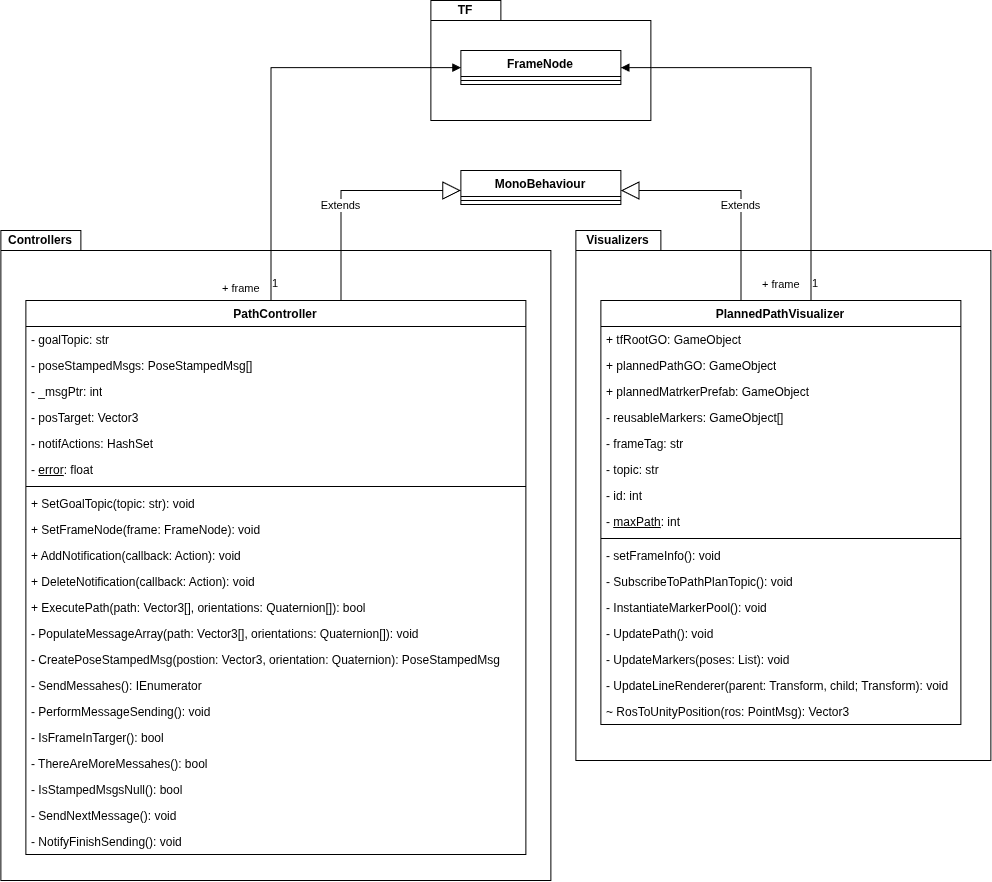
Above: doc/imagenes/diagramas/SpatialControl.png in GabiHV/TFM (draw.io), before the change. Source tidied: cells renumbered, new cells last; positions are measured from the earlier drawing's top-left corner, leaving out a move shared by most shapes.
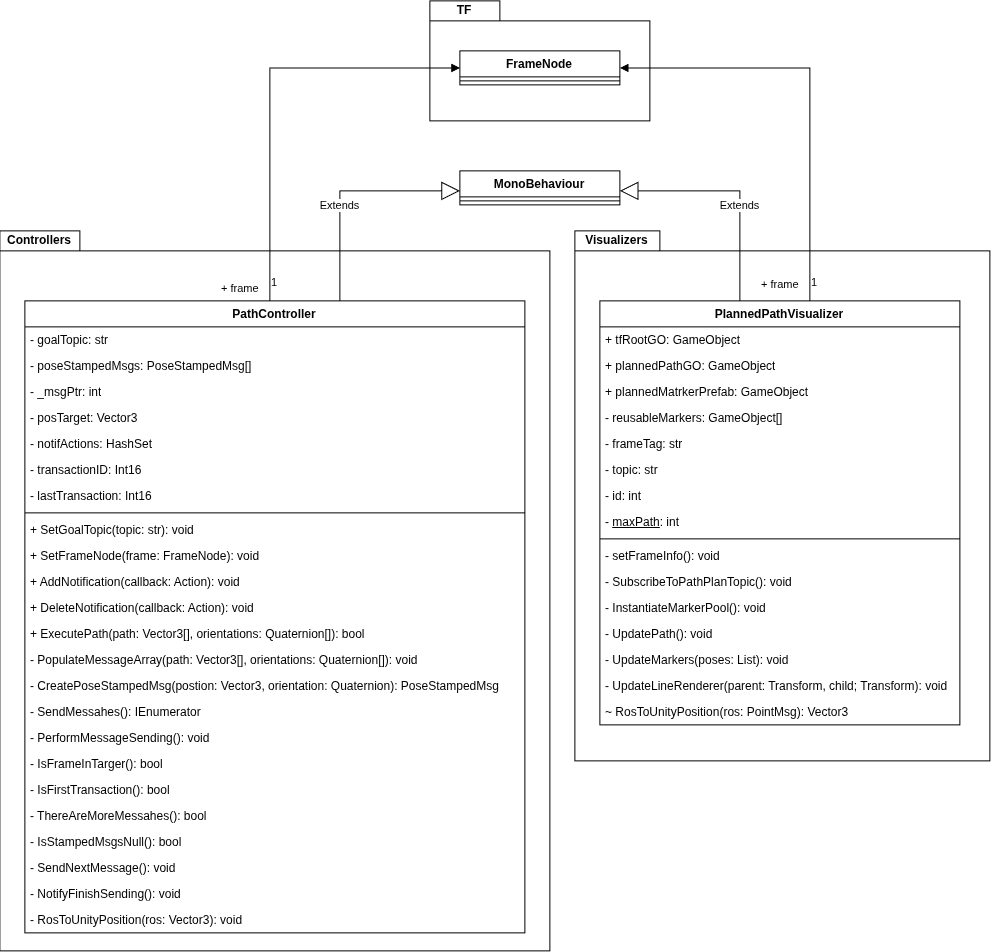
Later version of the same file.

Diff of the diagram source:
```diff
@@ -15,10 +15,10 @@
       <mxGeometry y="26" width="160" height="8" as="geometry" />
     </mxCell>
     <mxCell id="6" style="shape=folder;fontStyle=1;spacingTop=10;tabWidth=80;tabHeight=20;tabPosition=left;html=1;whiteSpace=wrap;" parent="1" vertex="1">
-      <mxGeometry y="230" width="550" height="650" as="geometry" />
+      <mxGeometry y="230" width="550" height="720" as="geometry" />
     </mxCell>
     <mxCell id="7" value="PathController" style="swimlane;fontStyle=1;align=center;verticalAlign=top;horizontal=1;startSize=26;whiteSpace=wrap;html=1;" parent="1" vertex="1">
-      <mxGeometry x="25" y="300" width="500" height="554" as="geometry" />
+      <mxGeometry x="25" y="300" width="500" height="632" as="geometry" />
     </mxCell>
     <mxCell id="8" value="- goalTopic: str" style="text;strokeColor=none;fillColor=none;align=left;verticalAlign=top;spacingLeft=4;spacingRight=4;overflow=hidden;whiteSpace=wrap;html=1;" parent="7" vertex="1">
       <mxGeometry y="26" width="500" height="26" as="geometry" />
@@ -35,54 +35,63 @@
     <mxCell id="12" value="- notifActions: HashSet" style="text;strokeColor=none;fillColor=none;align=left;verticalAlign=top;spacingLeft=4;spacingRight=4;overflow=hidden;whiteSpace=wrap;html=1;" parent="7" vertex="1">
       <mxGeometry y="130" width="500" height="26" as="geometry" />
     </mxCell>
-    <mxCell id="13" value="- &lt;u&gt;error&lt;/u&gt;: float" style="text;strokeColor=none;fillColor=none;align=left;verticalAlign=top;spacingLeft=4;spacingRight=4;overflow=hidden;whiteSpace=wrap;html=1;" parent="7" vertex="1">
+    <mxCell id="13" value="- transactionID: Int16" style="text;strokeColor=none;fillColor=none;align=left;verticalAlign=top;spacingLeft=4;spacingRight=4;overflow=hidden;whiteSpace=wrap;html=1;" parent="7" vertex="1">
       <mxGeometry y="156" width="500" height="26" as="geometry" />
     </mxCell>
+    <mxCell id="57" value="- lastTransaction: Int16" style="text;strokeColor=none;fillColor=none;align=left;verticalAlign=top;spacingLeft=4;spacingRight=4;overflow=hidden;whiteSpace=wrap;html=1;" parent="7" vertex="1">
+      <mxGeometry y="182" width="500" height="26" as="geometry" />
+    </mxCell>
     <mxCell id="14" style="line;strokeWidth=1;fillColor=none;align=left;verticalAlign=middle;spacingTop=-1;spacingLeft=3;spacingRight=3;labelPosition=right;strokeColor=inherit;" parent="7" vertex="1">
-      <mxGeometry y="182" width="500" height="8" as="geometry" />
+      <mxGeometry y="208" width="500" height="8" as="geometry" />
     </mxCell>
     <mxCell id="15" value="+ SetGoalTopic(topic: str): void" style="text;strokeColor=none;fillColor=none;align=left;verticalAlign=top;spacingLeft=4;spacingRight=4;overflow=hidden;whiteSpace=wrap;html=1;" parent="7" vertex="1">
-      <mxGeometry y="190" width="500" height="26" as="geometry" />
+      <mxGeometry y="216" width="500" height="26" as="geometry" />
     </mxCell>
     <mxCell id="16" value="+ SetFrameNode(frame: FrameNode): void" style="text;strokeColor=none;fillColor=none;align=left;verticalAlign=top;spacingLeft=4;spacingRight=4;overflow=hidden;whiteSpace=wrap;html=1;" parent="7" vertex="1">
-      <mxGeometry y="216" width="500" height="26" as="geometry" />
+      <mxGeometry y="242" width="500" height="26" as="geometry" />
     </mxCell>
     <mxCell id="17" value="+ AddNotification(callback: Action): void" style="text;strokeColor=none;fillColor=none;align=left;verticalAlign=top;spacingLeft=4;spacingRight=4;overflow=hidden;whiteSpace=wrap;html=1;" parent="7" vertex="1">
-      <mxGeometry y="242" width="500" height="26" as="geometry" />
+      <mxGeometry y="268" width="500" height="26" as="geometry" />
     </mxCell>
     <mxCell id="18" value="+ DeleteNotification(callback: Action): void" style="text;strokeColor=none;fillColor=none;align=left;verticalAlign=top;spacingLeft=4;spacingRight=4;overflow=hidden;whiteSpace=wrap;html=1;" parent="7" vertex="1">
-      <mxGeometry y="268" width="500" height="26" as="geometry" />
+      <mxGeometry y="294" width="500" height="26" as="geometry" />
     </mxCell>
     <mxCell id="19" value="+ ExecutePath(path: Vector3[], orientations: Quaternion[]): bool" style="text;strokeColor=none;fillColor=none;align=left;verticalAlign=top;spacingLeft=4;spacingRight=4;overflow=hidden;whiteSpace=wrap;html=1;" parent="7" vertex="1">
-      <mxGeometry y="294" width="500" height="26" as="geometry" />
+      <mxGeometry y="320" width="500" height="26" as="geometry" />
     </mxCell>
     <mxCell id="20" value="- PopulateMessageArray(path: Vector3[], orientations: Quaternion[]): void" style="text;strokeColor=none;fillColor=none;align=left;verticalAlign=top;spacingLeft=4;spacingRight=4;overflow=hidden;whiteSpace=wrap;html=1;" parent="7" vertex="1">
-      <mxGeometry y="320" width="500" height="26" as="geometry" />
+      <mxGeometry y="346" width="500" height="26" as="geometry" />
     </mxCell>
     <mxCell id="21" value="- CreatePoseStampedMsg(postion: Vector3, orientation: Quaternion): PoseStampedMsg" style="text;strokeColor=none;fillColor=none;align=left;verticalAlign=top;spacingLeft=4;spacingRight=4;overflow=hidden;whiteSpace=wrap;html=1;" parent="7" vertex="1">
-      <mxGeometry y="346" width="500" height="26" as="geometry" />
+      <mxGeometry y="372" width="500" height="26" as="geometry" />
     </mxCell>
     <mxCell id="22" value="- SendMessahes(): IEnumerator" style="text;strokeColor=none;fillColor=none;align=left;verticalAlign=top;spacingLeft=4;spacingRight=4;overflow=hidden;whiteSpace=wrap;html=1;" parent="7" vertex="1">
-      <mxGeometry y="372" width="500" height="26" as="geometry" />
+      <mxGeometry y="398" width="500" height="26" as="geometry" />
     </mxCell>
     <mxCell id="23" value="- PerformMessageSending(): void" style="text;strokeColor=none;fillColor=none;align=left;verticalAlign=top;spacingLeft=4;spacingRight=4;overflow=hidden;whiteSpace=wrap;html=1;" parent="7" vertex="1">
-      <mxGeometry y="398" width="500" height="26" as="geometry" />
+      <mxGeometry y="424" width="500" height="26" as="geometry" />
     </mxCell>
     <mxCell id="24" value="- IsFrameInTarger(): bool" style="text;strokeColor=none;fillColor=none;align=left;verticalAlign=top;spacingLeft=4;spacingRight=4;overflow=hidden;whiteSpace=wrap;html=1;" parent="7" vertex="1">
-      <mxGeometry y="424" width="500" height="26" as="geometry" />
+      <mxGeometry y="450" width="500" height="26" as="geometry" />
     </mxCell>
+    <mxCell id="58" value="- IsFirstTransaction(): bool" style="text;strokeColor=none;fillColor=none;align=left;verticalAlign=top;spacingLeft=4;spacingRight=4;overflow=hidden;whiteSpace=wrap;html=1;" parent="7" vertex="1">
+      <mxGeometry y="476" width="500" height="26" as="geometry" />
+    </mxCell>
     <mxCell id="25" value="- ThereAreMoreMessahes(): bool" style="text;strokeColor=none;fillColor=none;align=left;verticalAlign=top;spacingLeft=4;spacingRight=4;overflow=hidden;whiteSpace=wrap;html=1;" parent="7" vertex="1">
-      <mxGeometry y="450" width="500" height="26" as="geometry" />
+      <mxGeometry y="502" width="500" height="26" as="geometry" />
     </mxCell>
     <mxCell id="26" value="- IsStampedMsgsNull(): bool" style="text;strokeColor=none;fillColor=none;align=left;verticalAlign=top;spacingLeft=4;spacingRight=4;overflow=hidden;whiteSpace=wrap;html=1;" parent="7" vertex="1">
-      <mxGeometry y="476" width="500" height="26" as="geometry" />
+      <mxGeometry y="528" width="500" height="26" as="geometry" />
     </mxCell>
     <mxCell id="27" value="- SendNextMessage(): void" style="text;strokeColor=none;fillColor=none;align=left;verticalAlign=top;spacingLeft=4;spacingRight=4;overflow=hidden;whiteSpace=wrap;html=1;" parent="7" vertex="1">
-      <mxGeometry y="502" width="500" height="26" as="geometry" />
+      <mxGeometry y="554" width="500" height="26" as="geometry" />
     </mxCell>
     <mxCell id="28" value="- NotifyFinishSending(): void" style="text;strokeColor=none;fillColor=none;align=left;verticalAlign=top;spacingLeft=4;spacingRight=4;overflow=hidden;whiteSpace=wrap;html=1;" parent="7" vertex="1">
-      <mxGeometry y="528" width="500" height="26" as="geometry" />
+      <mxGeometry y="580" width="500" height="26" as="geometry" />
     </mxCell>
+    <mxCell id="59" value="- RosToUnityPosition(ros: Vector3): void" style="text;strokeColor=none;fillColor=none;align=left;verticalAlign=top;spacingLeft=4;spacingRight=4;overflow=hidden;whiteSpace=wrap;html=1;" parent="7" vertex="1">
+      <mxGeometry y="606" width="500" height="26" as="geometry" />
+    </mxCell>
     <mxCell id="29" value="MonoBehaviour" style="swimlane;fontStyle=1;align=center;verticalAlign=top;horizontal=1;startSize=26;whiteSpace=wrap;html=1;" parent="1" vertex="1">
       <mxGeometry x="460" y="170" width="160" height="34" as="geometry" />
     </mxCell>
```
